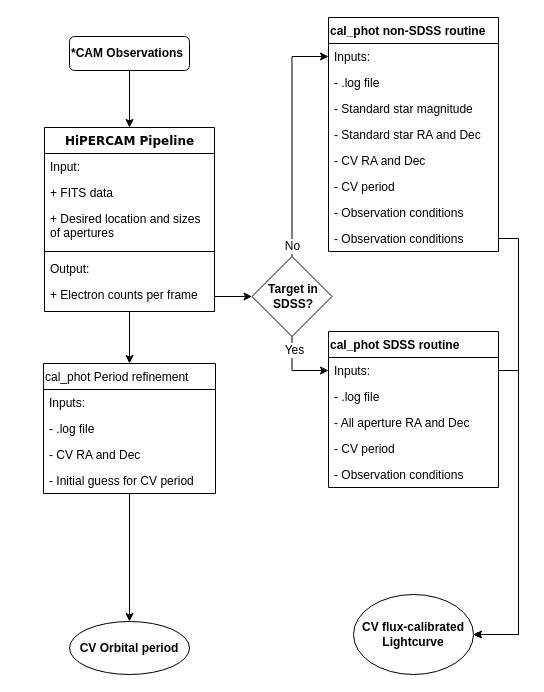
Earlier version of the draw.io diagram cal_phot.drawio (wildjames/cal_phot). Source tidied: cells renumbered, new cells numbered last; positions are measured from the earlier drawing's top-left corner, leaving out a move shared by most shapes. Both pictures are drawn from the tidied source at 100%, with x=0, y=0 at pixel (43, 17).
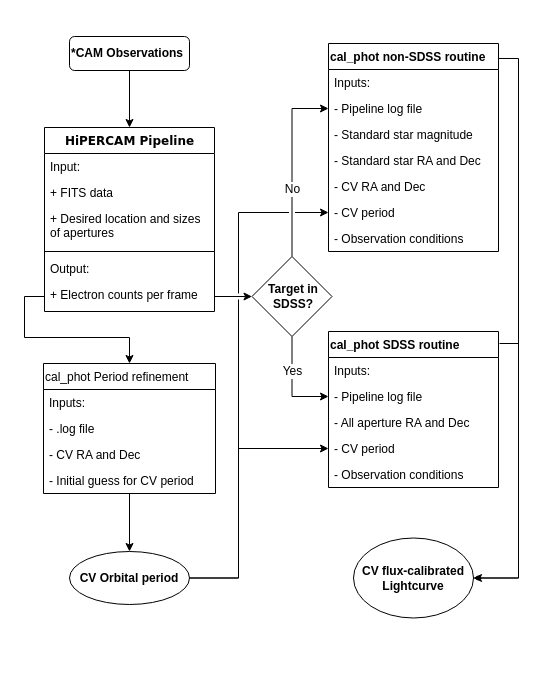
The same diagram, later.

The change refers to these unchanged cells:
```xml
<mxCell id="4" value="HiPERCAM Pipeline" style="swimlane;html=1;fontStyle=1;align=center;verticalAlign=top;horizontal=1;startSize=26;swimlaneFillColor=#ffffff;rounded=0;shadow=0;comic=0;labelBackgroundColor=none;strokeColor=#000000;strokeWidth=1;fillColor=none;fontFamily=Verdana;fontSize=12;fontColor=#000000;" parent="1" vertex="1">
  <mxGeometry x="1" y="110" width="170" height="184" as="geometry" />
</mxCell>
<mxCell id="10" value="+ Electron counts per frame" style="text;html=1;strokeColor=none;fillColor=none;align=left;verticalAlign=top;spacingLeft=4;spacingRight=4;whiteSpace=wrap;overflow=hidden;points=[[0,0.5],[1,0.5]];portConstraint=eastwest;" parent="4" vertex="1">
  <mxGeometry y="154" width="170" height="30" as="geometry" />
</mxCell>
<mxCell id="15" value="&lt;div style=&quot;text-align: center&quot;&gt;&lt;span&gt;&lt;b&gt;Target in SDSS?&lt;/b&gt;&lt;/span&gt;&lt;/div&gt;" style="rhombus;whiteSpace=wrap;html=1;align=left;" parent="1" vertex="1">
  <mxGeometry x="208.5" y="239" width="80" height="80" as="geometry" />
</mxCell>
<mxCell id="18" value="cal_phot SDSS routine" style="swimlane;fontStyle=1;horizontal=1;startSize=26;fillColor=none;align=left;" parent="1" vertex="1">
  <mxGeometry x="285" y="314" width="170" height="156" as="geometry" />
</mxCell>
<mxCell id="19" value="Inputs:" style="text;strokeColor=none;fillColor=none;align=left;verticalAlign=top;spacingLeft=4;spacingRight=4;overflow=hidden;points=[[0,0.5],[1,0.5]];portConstraint=eastwest;" parent="18" vertex="1">
  <mxGeometry y="26" width="170" height="26" as="geometry" />
</mxCell>
<mxCell id="22" value="- CV period" style="text;strokeColor=none;fillColor=none;align=left;verticalAlign=top;spacingLeft=4;spacingRight=4;overflow=hidden;points=[[0,0.5],[1,0.5]];portConstraint=eastwest;" parent="18" vertex="1">
  <mxGeometry y="104" width="170" height="26" as="geometry" />
</mxCell>
<mxCell id="26" value="Inputs:" style="text;strokeColor=none;fillColor=none;align=left;verticalAlign=top;spacingLeft=4;spacingRight=4;overflow=hidden;points=[[0,0.5],[1,0.5]];portConstraint=eastwest;" parent="25" vertex="1">
  <mxGeometry y="26" width="170" height="26" as="geometry" />
</mxCell>
<mxCell id="31" value="- CV period" style="text;strokeColor=none;fillColor=none;align=left;verticalAlign=top;spacingLeft=4;spacingRight=4;overflow=hidden;points=[[0,0.5],[1,0.5]];portConstraint=eastwest;" parent="25" vertex="1">
  <mxGeometry y="156" width="170" height="26" as="geometry" />
</mxCell>
<mxCell id="38" value="cal_phot Period refinement" style="swimlane;fontStyle=0;horizontal=1;startSize=26;fillColor=none;align=left;" parent="1" vertex="1">
  <mxGeometry y="346" width="172" height="130" as="geometry" />
</mxCell>
```

What changed in the source:
```diff
@@
-    <mxCell id="3" style="edgeStyle=orthogonalEdgeStyle;rounded=0;jettySize=auto;html=1;exitX=0.5;exitY=1;exitDx=0;exitDy=0;entryX=0.5;entryY=0;entryDx=0;entryDy=0;" parent="1" edge="1" source="4" target="38">
+    <mxCell id="3" style="edgeStyle=orthogonalEdgeStyle;rounded=0;jettySize=auto;html=1;exitX=0;exitY=0.5;exitDx=0;exitDy=0;entryX=0.5;entryY=0;entryDx=0;entryDy=0;" parent="1" edge="1" source="10" target="38">
       <mxGeometry relative="1" as="geometry" />
     </mxCell>
@@
-    <mxCell id="11" style="edgeStyle=orthogonalEdgeStyle;rounded=0;jettySize=auto;html=1;exitX=0.5;exitY=1;exitDx=0;exitDy=0;entryX=0;entryY=0.5;entryDx=0;entryDy=0;" parent="1" edge="1" source="15" target="19">
+    <mxCell id="11" style="edgeStyle=orthogonalEdgeStyle;rounded=0;jettySize=auto;html=1;exitX=0.5;exitY=1;exitDx=0;exitDy=0;entryX=0;entryY=0.5;entryDx=0;entryDy=0;" parent="1" edge="1" source="15" target="20">
       <mxGeometry relative="1" as="geometry" />
     </mxCell>
     <mxCell id="12" value="Yes" style="text;html=1;align=center;verticalAlign=middle;labelBackgroundColor=#ffffff;" parent="11" vertex="1">
-      <mxGeometry x="-0.62" y="2" relative="1" as="geometry" />
+      <mxGeometry x="-0.62" y="2" relative="1" as="geometry">
+        <mxPoint x="-2.5" y="16" as="offset" />
+      </mxGeometry>
     </mxCell>
-    <mxCell id="13" style="edgeStyle=orthogonalEdgeStyle;rounded=0;jettySize=auto;html=1;exitX=0.5;exitY=0;exitDx=0;exitDy=0;entryX=0;entryY=0.5;entryDx=0;entryDy=0;" parent="1" edge="1" source="15" target="26">
+    <mxCell id="13" style="edgeStyle=orthogonalEdgeStyle;rounded=0;jettySize=auto;html=1;exitX=0.5;exitY=0;exitDx=0;exitDy=0;entryX=0;entryY=0.5;entryDx=0;entryDy=0;" parent="1" edge="1" source="15" target="27">
       <mxGeometry relative="1" as="geometry" />
     </mxCell>
     <mxCell id="14" value="No&lt;br&gt;" style="text;html=1;align=center;verticalAlign=middle;labelBackgroundColor=#ffffff;" parent="13" vertex="1">
       <mxGeometry x="0.07" y="-2" relative="1" as="geometry">
-        <mxPoint x="-2" y="116.5" as="offset" />
+        <mxPoint x="-2.5" y="31" as="offset" />
       </mxGeometry>
     </mxCell>
@@
-    <mxCell id="20" value="- .log file" style="text;strokeColor=none;fillColor=none;align=left;verticalAlign=top;spacingLeft=4;spacingRight=4;overflow=hidden;points=[[0,0.5],[1,0.5]];portConstraint=eastwest;" parent="18" vertex="1">
+    <mxCell id="20" value="- Pipeline log file" style="text;strokeColor=none;fillColor=none;align=left;verticalAlign=top;spacingLeft=4;spacingRight=4;overflow=hidden;points=[[0,0.5],[1,0.5]];portConstraint=eastwest;" parent="18" vertex="1">
       <mxGeometry y="52" width="170" height="26" as="geometry" />
     </mxCell>
@@
     <mxCell id="25" value="cal_phot non-SDSS routine" style="swimlane;fontStyle=1;horizontal=1;startSize=26;fillColor=none;align=left;" parent="1" vertex="1">
-      <mxGeometry x="285" width="170" height="234" as="geometry" />
+      <mxGeometry x="285" y="26" width="170" height="208" as="geometry" />
     </mxCell>
@@
-    <mxCell id="27" value="- .log file" style="text;strokeColor=none;fillColor=none;align=left;verticalAlign=top;spacingLeft=4;spacingRight=4;overflow=hidden;points=[[0,0.5],[1,0.5]];portConstraint=eastwest;" parent="25" vertex="1">
+    <mxCell id="27" value="- Pipeline log file" style="text;strokeColor=none;fillColor=none;align=left;verticalAlign=top;spacingLeft=4;spacingRight=4;overflow=hidden;points=[[0,0.5],[1,0.5]];portConstraint=eastwest;" parent="25" vertex="1">
       <mxGeometry y="52" width="170" height="26" as="geometry" />
     </mxCell>
@@
-    <mxCell id="32" value="- Observation conditions" style="text;strokeColor=none;fillColor=none;align=left;verticalAlign=top;spacingLeft=4;spacingRight=4;overflow=hidden;" parent="25" vertex="1">
-      <mxGeometry y="182" width="170" height="26" as="geometry" />
-    </mxCell>
     <mxCell id="33" value="- Observation conditions" style="text;strokeColor=none;fillColor=none;align=left;verticalAlign=top;spacingLeft=4;spacingRight=4;overflow=hidden;points=[[0,0.5],[1,0.5]];portConstraint=eastwest;" parent="25" vertex="1">
-      <mxGeometry y="208" width="170" height="26" as="geometry" />
+      <mxGeometry y="182" width="170" height="26" as="geometry" />
     </mxCell>
     <mxCell id="34" value="&lt;b&gt;CV flux-calibrated Lightcurve&lt;/b&gt;" style="ellipse;whiteSpace=wrap;html=1;align=center;" parent="1" vertex="1">
-      <mxGeometry x="310" y="577" width="120" height="80" as="geometry" />
+      <mxGeometry x="310" y="520.5" width="120" height="80" as="geometry" />
     </mxCell>
-    <mxCell id="35" style="edgeStyle=orthogonalEdgeStyle;rounded=0;jettySize=auto;html=1;exitX=1;exitY=0.5;exitDx=0;exitDy=0;entryX=1;entryY=0.5;entryDx=0;entryDy=0;" parent="1" edge="1" source="33" target="34">
+    <mxCell id="35" style="edgeStyle=orthogonalEdgeStyle;rounded=0;jettySize=auto;html=1;exitX=1;exitY=0.072;exitDx=0;exitDy=0;entryX=1;entryY=0.5;entryDx=0;entryDy=0;exitPerimeter=0;" parent="1" edge="1" source="25" target="34">
       <mxGeometry relative="1" as="geometry" />
     </mxCell>
-    <mxCell id="36" style="edgeStyle=orthogonalEdgeStyle;rounded=0;jettySize=auto;html=1;exitX=1;exitY=0.25;exitDx=0;exitDy=0;entryX=1;entryY=0.5;entryDx=0;entryDy=0;startArrow=none;startFill=0;endArrow=diamondThin;endFill=1;elbow=vertical;" parent="1" edge="1" source="18" target="34">
+    <mxCell id="36" style="edgeStyle=orthogonalEdgeStyle;rounded=0;jettySize=auto;html=1;exitX=1.006;exitY=0.077;exitDx=0;exitDy=0;entryX=1;entryY=0.5;entryDx=0;entryDy=0;startArrow=none;startFill=0;endArrow=diamondThin;endFill=1;elbow=vertical;exitPerimeter=0;" parent="1" edge="1" source="18" target="34">
       <mxGeometry relative="1" as="geometry" />
     </mxCell>
+    <mxCell id="43" style="edgeStyle=orthogonalEdgeStyle;rounded=0;jettySize=auto;html=1;exitX=1;exitY=0.5;exitDx=0;exitDy=0;entryX=0;entryY=0.5;entryDx=0;entryDy=0;" parent="1" edge="1" source="37" target="22">
+      <mxGeometry relative="1" as="geometry">
+        <Array as="points">
+          <mxPoint x="195" y="561" />
+          <mxPoint x="195" y="431" />
+        </Array>
+      </mxGeometry>
+    </mxCell>
+    <mxCell id="44" style="edgeStyle=orthogonalEdgeStyle;rounded=0;jettySize=auto;html=1;exitX=1;exitY=0.5;exitDx=0;exitDy=0;entryX=0;entryY=0.5;entryDx=0;entryDy=0;jumpStyle=gap;" parent="1" edge="1" source="37" target="31">
+      <mxGeometry relative="1" as="geometry">
+        <Array as="points">
+          <mxPoint x="195" y="561" />
+          <mxPoint x="195" y="195" />
+        </Array>
+      </mxGeometry>
+    </mxCell>
     <mxCell id="37" value="&lt;b&gt;CV Orbital period&lt;/b&gt;" style="ellipse;whiteSpace=wrap;html=1;align=center;" parent="1" vertex="1">
-      <mxGeometry x="26" y="604" width="120" height="53" as="geometry" />
+      <mxGeometry x="26" y="534" width="120" height="53" as="geometry" />
     </mxCell>
```
